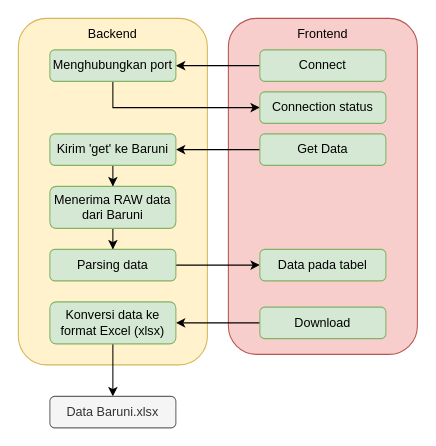
Above: .flow/software.drawio in frostdev03/SerialTo (draw.io), before the change. Source tidied: cells renumbered, new cells numbered last; positions are measured from the earlier drawing's top-left corner, leaving out a move shared by most shapes. Both pictures are drawn from the tidied source at 105%, with x=0, y=0 at pixel (18, 18).
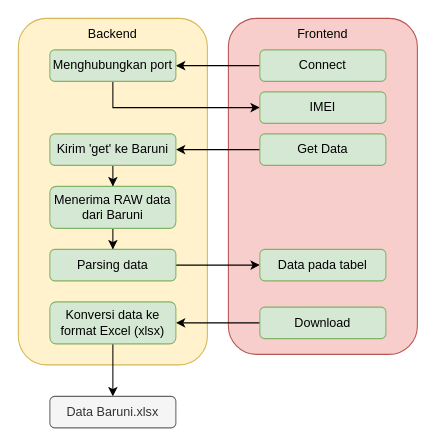
After the change.

Change to the diagram source:
```diff
@@
-    <mxCell id="12" value="Connection status" style="rounded=1;whiteSpace=wrap;html=1;fillColor=#d5e8d4;strokeColor=#82b366;" parent="1" vertex="1">
+    <mxCell id="12" value="IMEI" style="rounded=1;whiteSpace=wrap;html=1;fillColor=#d5e8d4;strokeColor=#82b366;" parent="1" vertex="1">
       <mxGeometry x="230" y="70" width="120" height="30" as="geometry" />
     </mxCell>
```
